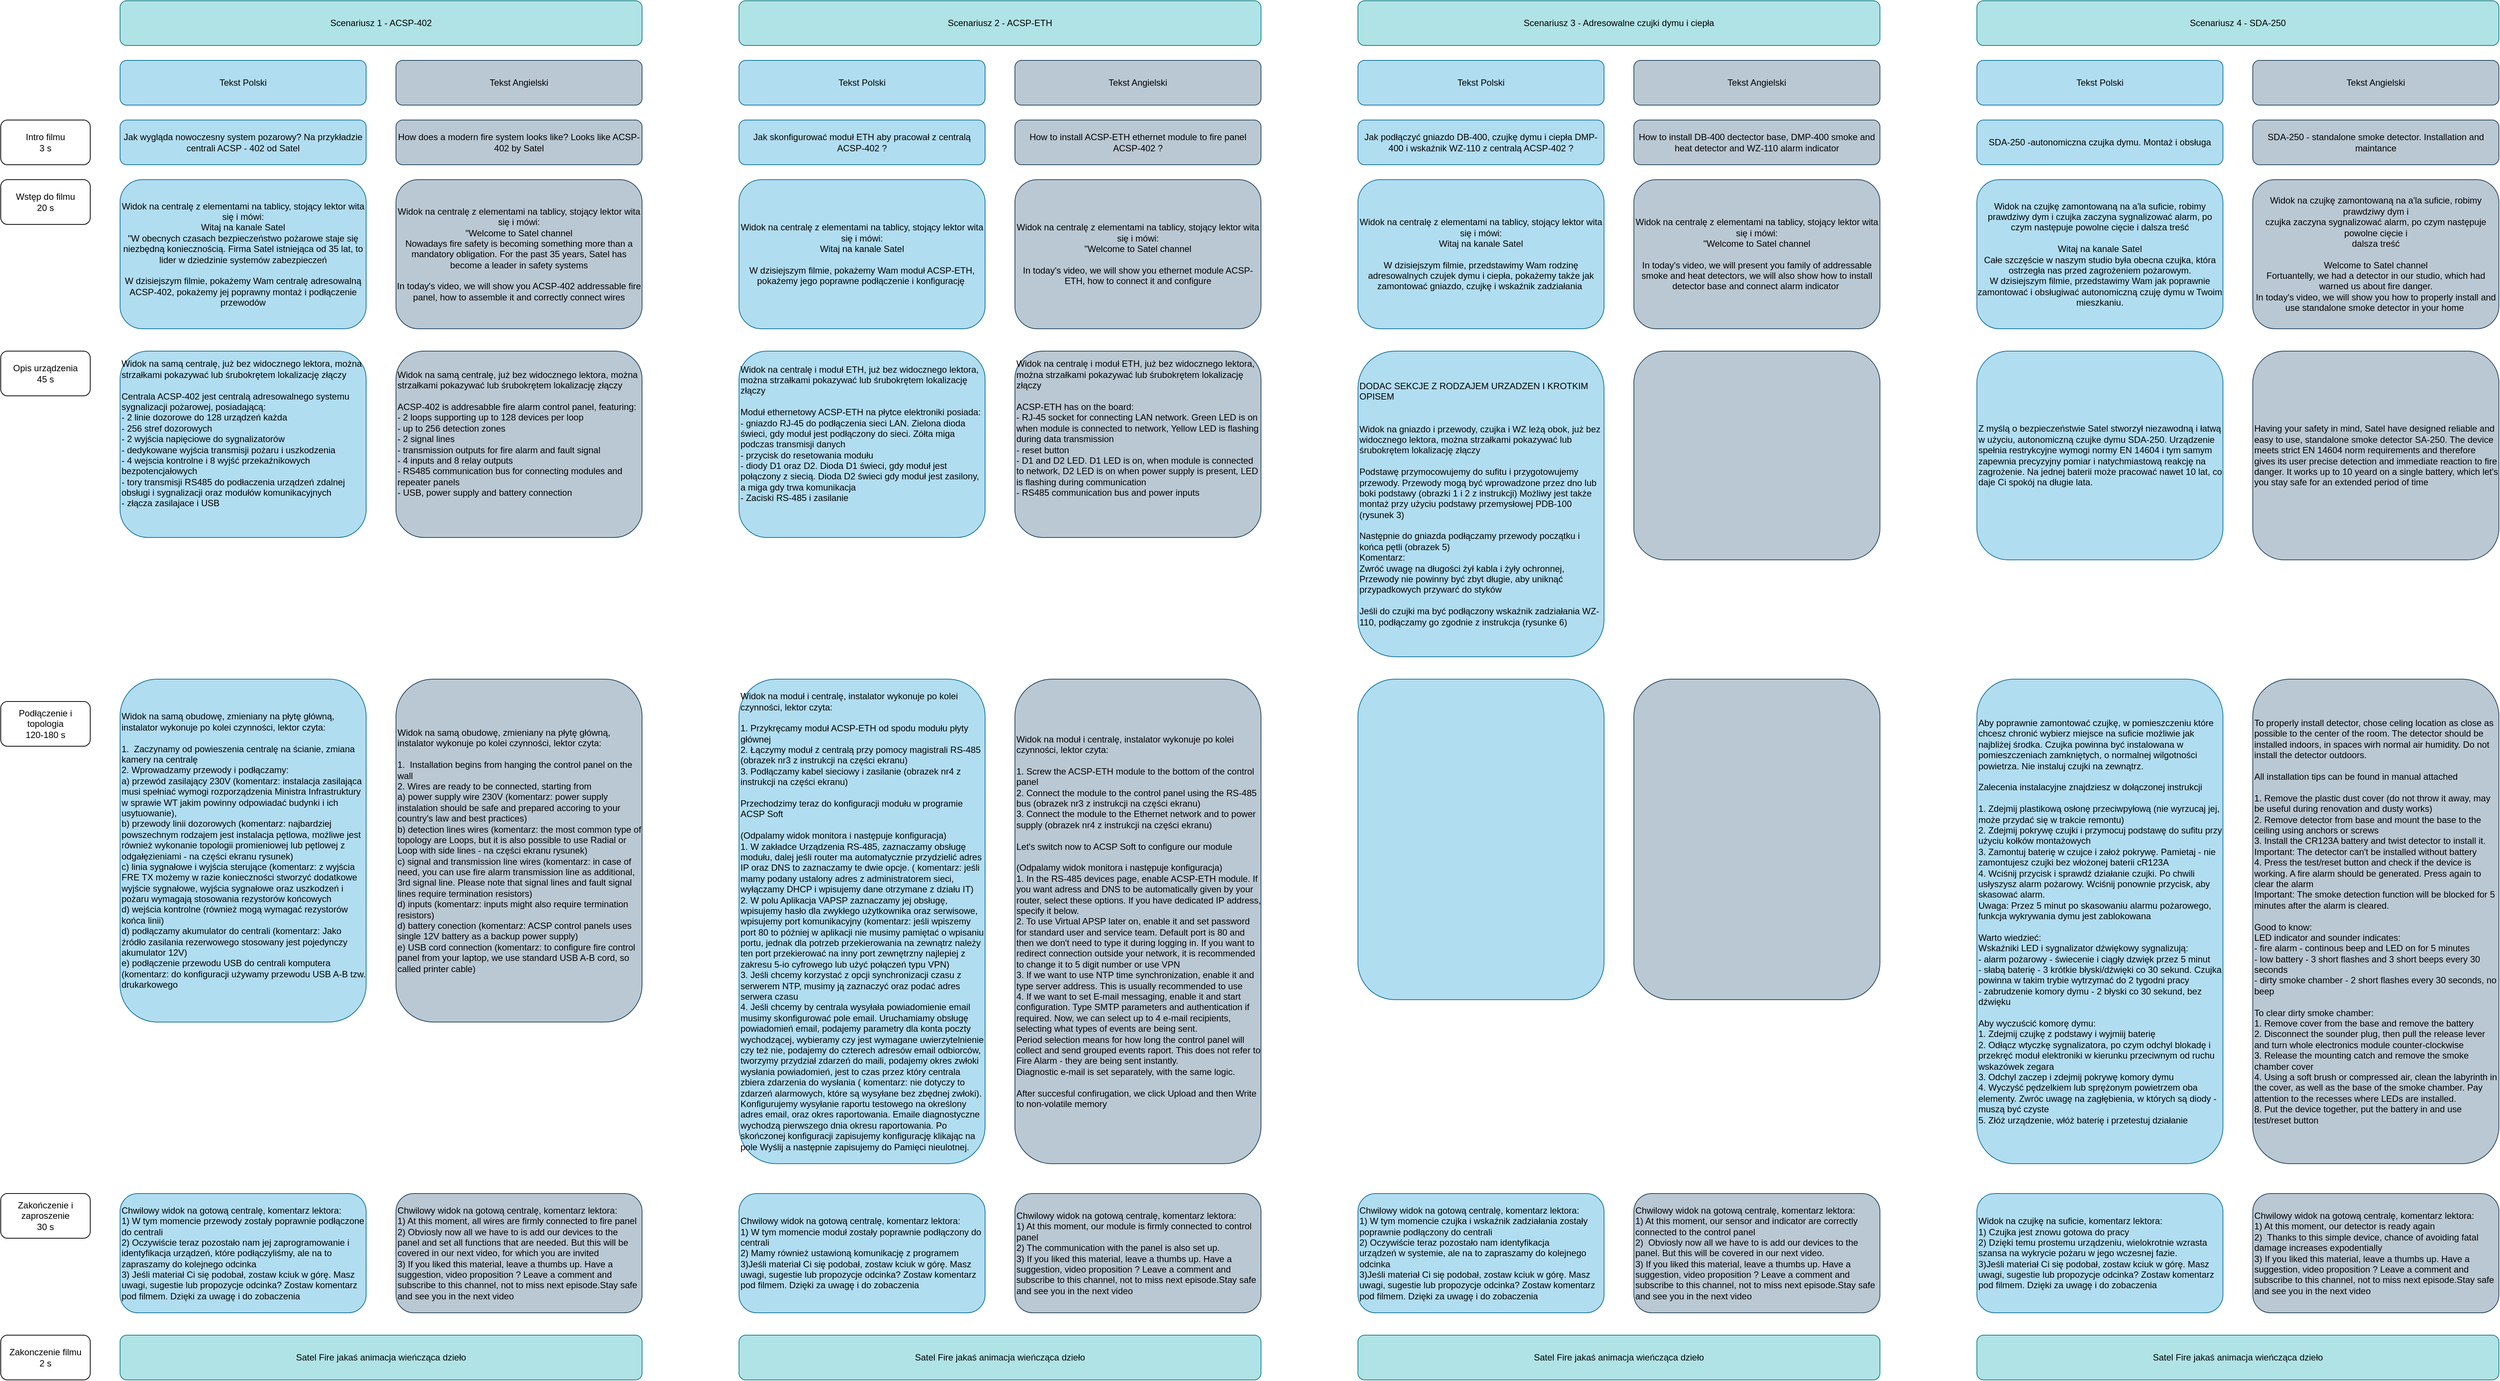
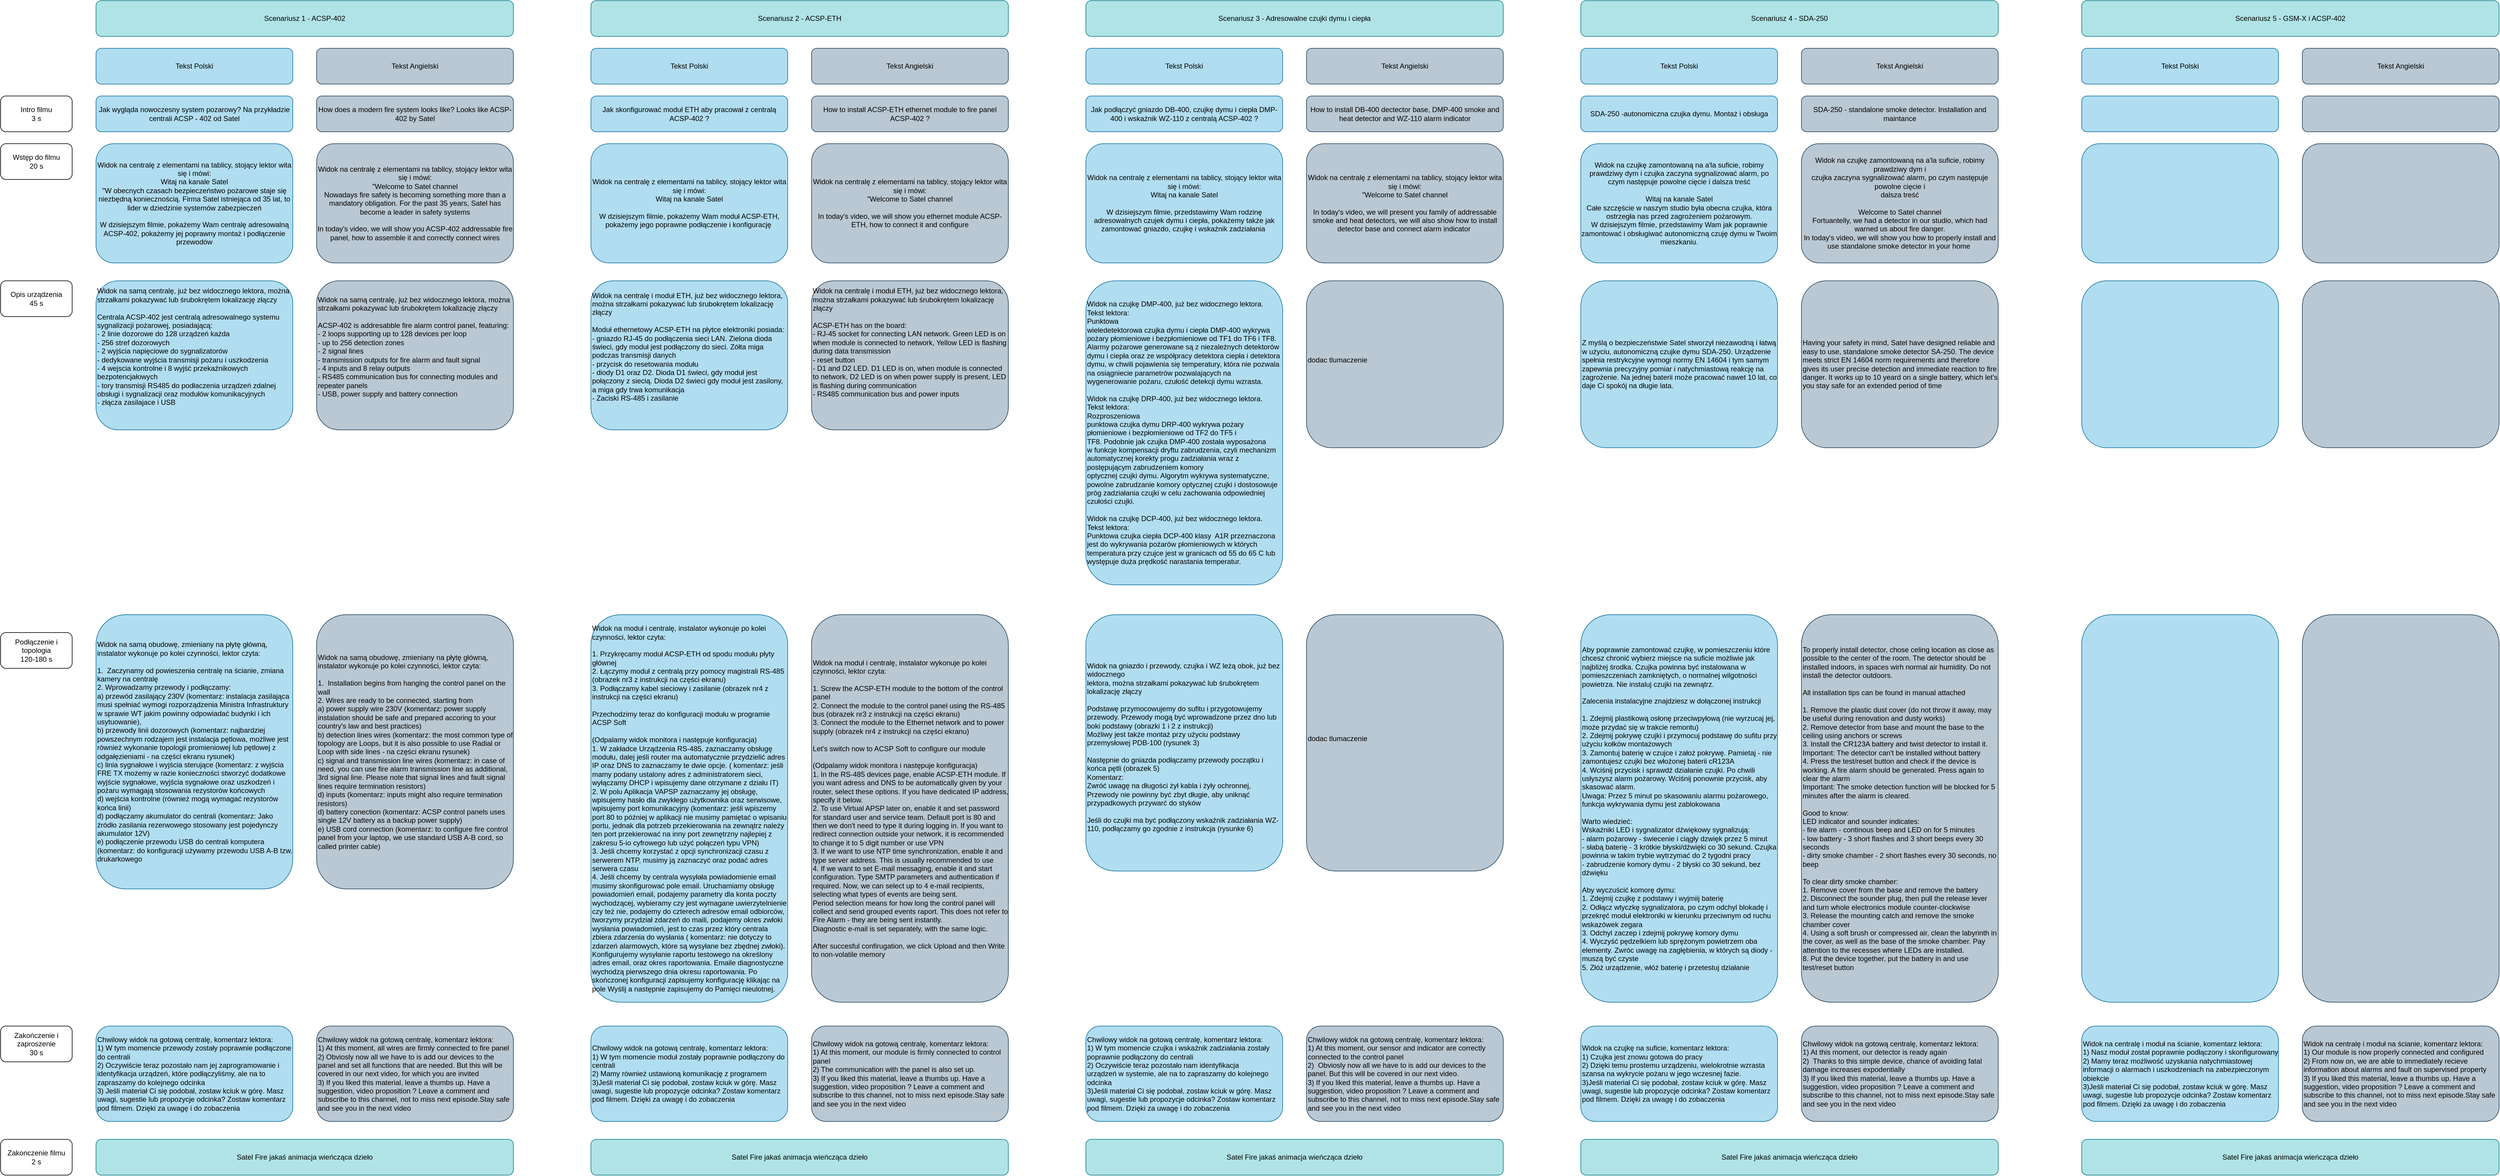
<mxfile host="app.diagrams.net">
  <diagram name="Strona-1" id="z8KAe0LmT8Zc7_pRFNcT">
-     <mxGraphModel dx="403" dy="1822" grid="1" gridSize="10" guides="1" tooltips="1" connect="1" arrows="1" fold="1" page="1" pageScale="1" pageWidth="827" pageHeight="1169" math="0" shadow="0">
+     <mxGraphModel dx="2708" dy="3047" grid="1" gridSize="10" guides="1" tooltips="1" connect="1" arrows="1" fold="1" page="1" pageScale="1" pageWidth="827" pageHeight="1169" math="0" shadow="0">
      <root>
        <mxCell id="0" />
        <mxCell id="1" parent="0" />
        <mxCell id="0EHHFv7u1sgkDXgEne3z-1" parent="1" style="rounded=1;whiteSpace=wrap;html=1;align=left;fillColor=#b1ddf0;strokeColor=#10739e;" value="&lt;div align=&quot;left&quot;&gt;Widok na samą obudowę, zmieniany na płytę główną, instalator wykonuje po kolei czynności, lektor czyta:&lt;/div&gt;&lt;div align=&quot;left&quot;&gt;&lt;br&gt;&lt;/div&gt;&lt;div align=&quot;left&quot;&gt;1.&amp;nbsp; Zaczynamy od powieszenia centralę na ścianie, zmiana kamery na centralę&lt;/div&gt;&lt;div align=&quot;left&quot;&gt;2. Wprowadzamy przewody i podłączamy:&amp;nbsp;&lt;/div&gt;&lt;div align=&quot;left&quot;&gt;a) przewód zasilający 230V (komentarz: instalacja zasilająca musi spełniać wymogi rozporządzenia Ministra Infrastruktury w sprawie WT jakim powinny odpowiadać budynki i ich usytuowanie),&amp;nbsp;&lt;/div&gt;&lt;div align=&quot;left&quot;&gt;b) przewody linii dozorowych (komentarz: najbardziej powszechnym rodzajem jest instalacja pętlowa, możliwe jest również wykonanie topologii promieniowej lub pętlowej z odgałęzieniami - na części ekranu rysunek)&lt;/div&gt;&lt;div align=&quot;left&quot;&gt;c) linia sygnałowe i wyjścia sterujące (komentarz: z wyjścia FRE TX możemy w razie konieczności stworzyć dodatkowe wyjście sygnałowe, wyjścia sygnałowe oraz uszkodzeń i pożaru wymagają stosowania rezystorów końcowych&lt;/div&gt;&lt;div align=&quot;left&quot;&gt;d) wejścia kontrolne (również mogą wymagać rezystorów końca linii)&lt;/div&gt;&lt;div align=&quot;left&quot;&gt;d) podłączamy akumulator do centrali (komentarz:&amp;nbsp;Jako źródło zasilania rezerwowego stosowany jest pojedynczy akumulator 12V)&lt;/div&gt;&lt;div align=&quot;left&quot;&gt;e) podłączenie przewodu USB do centrali komputera (komentarz: do konfiguracji używamy przewodu USB A-B tzw. drukarkowego&lt;/div&gt;" vertex="1">
-           <mxGeometry height="460" width="330" x="1080" y="790" as="geometry" />
+           <mxGeometry height="460" width="330" x="1080" y="910" as="geometry" />
        </mxCell>
        <mxCell id="0EHHFv7u1sgkDXgEne3z-2" parent="1" style="rounded=1;whiteSpace=wrap;html=1;fillColor=#b1ddf0;strokeColor=#10739e;" value="&lt;div&gt;Jak wygląda nowoczesny system pozarowy? Na przykładzie centrali ACSP - 402 od Satel&lt;/div&gt;" vertex="1">
          <mxGeometry height="60" width="330" x="1080" y="40" as="geometry" />
        </mxCell>
        <mxCell id="0EHHFv7u1sgkDXgEne3z-3" parent="1" style="rounded=1;whiteSpace=wrap;html=1;" value="&lt;div&gt;Wstęp do filmu&lt;/div&gt;&lt;div&gt;20 s&lt;/div&gt;" vertex="1">
          <mxGeometry height="60" width="120" x="920" y="120" as="geometry" />
        </mxCell>
        <mxCell id="0EHHFv7u1sgkDXgEne3z-4" parent="1" style="rounded=1;whiteSpace=wrap;html=1;fillColor=#b1ddf0;strokeColor=#10739e;" value="&lt;div&gt;Widok na centralę z elementami na tablicy, stojący lektor wita się i mówi:&lt;/div&gt;&lt;div&gt;Witaj na kanale Satel&lt;/div&gt;&lt;div&gt;&quot;W obecnych czasach bezpieczeństwo pożarowe staje się niezbędną koniecznością. Firma Satel istniejąca od 35 lat, to lider w dziedzinie systemów zabezpieczeń&lt;/div&gt;&lt;div&gt;&lt;br&gt;&lt;/div&gt;&lt;div&gt;W dzisiejszym filmie, pokażemy Wam centralę adresowalną ACSP-402, pokażemy jej poprawny montaż i podłączenie przewodów&lt;/div&gt;" vertex="1">
          <mxGeometry height="200" width="330" x="1080" y="120" as="geometry" />
        </mxCell>
        <mxCell id="0EHHFv7u1sgkDXgEne3z-5" parent="1" style="rounded=1;whiteSpace=wrap;html=1;" value="&lt;div&gt;Opis urządzenia&lt;/div&gt;&lt;div&gt;45 s&lt;/div&gt;" vertex="1">
          <mxGeometry height="60" width="120" x="920" y="350" as="geometry" />
        </mxCell>
        <mxCell id="0EHHFv7u1sgkDXgEne3z-6" parent="1" style="rounded=1;whiteSpace=wrap;html=1;align=left;fillColor=#b1ddf0;strokeColor=#10739e;" value="&lt;div align=&quot;left&quot;&gt;Widok na samą centralę, już bez widocznego lektora, można strzałkami pokazywać lub śrubokrętem lokalizację złączy&lt;/div&gt;&lt;div align=&quot;left&quot;&gt;&lt;br&gt;&lt;/div&gt;&lt;div align=&quot;left&quot;&gt;Centrala ACSP-402 jest centralą adresowalnego systemu sygnalizacji pożarowej, posiadającą:&lt;/div&gt;&lt;div align=&quot;left&quot;&gt;- 2 linie dozorowe do 128 urządzeń każda&lt;/div&gt;&lt;div align=&quot;left&quot;&gt;- 256 stref dozorowych&lt;/div&gt;&lt;div align=&quot;left&quot;&gt;- 2 wyjścia napięciowe do sygnalizatorów&lt;/div&gt;&lt;div align=&quot;left&quot;&gt;- dedykowane wyjścia transmisji pożaru i uszkodzenia&lt;/div&gt;&lt;div align=&quot;left&quot;&gt;- 4 wejscia kontrolne i 8 wyjść przekaźnikowych bezpotencjałowych&lt;/div&gt;&lt;div align=&quot;left&quot;&gt;- tory transmisji RS485 do podłaczenia urządzeń zdalnej obsługi i sygnalizacji oraz modułów komunikacyjnych&amp;nbsp;&lt;/div&gt;&lt;div align=&quot;left&quot;&gt;- złącza zasilajace i USB&lt;/div&gt;&lt;div align=&quot;left&quot;&gt;&lt;br&gt;&lt;/div&gt;&lt;div align=&quot;left&quot;&gt;&lt;br&gt;&lt;/div&gt;" vertex="1">
          <mxGeometry height="250" width="330" x="1080" y="350" as="geometry" />
        </mxCell>
        <mxCell id="0EHHFv7u1sgkDXgEne3z-7" parent="1" style="rounded=1;whiteSpace=wrap;html=1;" value="&lt;div&gt;Podłączenie i topologia&lt;/div&gt;&lt;div&gt;120-180 s&lt;/div&gt;" vertex="1">
-           <mxGeometry height="60" width="120" x="920" y="820" as="geometry" />
+           <mxGeometry height="60" width="120" x="920" y="940" as="geometry" />
        </mxCell>
        <mxCell id="0EHHFv7u1sgkDXgEne3z-8" parent="1" style="rounded=1;whiteSpace=wrap;html=1;" value="&lt;div&gt;Intro filmu&lt;/div&gt;&lt;div&gt;3 s&lt;/div&gt;" vertex="1">
          <mxGeometry height="60" width="120" x="920" y="40" as="geometry" />
        </mxCell>
        <mxCell id="0EHHFv7u1sgkDXgEne3z-9" parent="1" style="rounded=1;whiteSpace=wrap;html=1;fillColor=#b1ddf0;strokeColor=#10739e;" value="Tekst Polski" vertex="1">
          <mxGeometry height="60" width="330" x="1080" y="-40" as="geometry" />
        </mxCell>
        <mxCell id="0EHHFv7u1sgkDXgEne3z-10" parent="1" style="rounded=1;whiteSpace=wrap;html=1;fillColor=#bac8d3;strokeColor=#23445d;" value="Tekst Angielski" vertex="1">
          <mxGeometry height="60" width="330" x="1450" y="-40" as="geometry" />
        </mxCell>
        <mxCell id="0EHHFv7u1sgkDXgEne3z-11" parent="1" style="rounded=1;whiteSpace=wrap;html=1;fillColor=#b0e3e6;strokeColor=#0e8088;" value="Scenariusz 1 - ACSP-402" vertex="1">
          <mxGeometry height="60" width="700" x="1080" y="-120" as="geometry" />
        </mxCell>
        <mxCell id="0EHHFv7u1sgkDXgEne3z-12" parent="1" style="rounded=1;whiteSpace=wrap;html=1;" value="&lt;div&gt;Zakończenie i zaproszenie&lt;/div&gt;&lt;div&gt;30 s&lt;/div&gt;" vertex="1">
-           <mxGeometry height="60" width="120" x="920" y="1480" as="geometry" />
+           <mxGeometry height="60" width="120" x="920" y="1600" as="geometry" />
        </mxCell>
        <mxCell id="0EHHFv7u1sgkDXgEne3z-13" parent="1" style="rounded=1;whiteSpace=wrap;html=1;align=left;fillColor=#b1ddf0;strokeColor=#10739e;" value="&lt;div&gt;Chwilowy widok na gotową centralę, komentarz lektora:&lt;/div&gt;&lt;div&gt;1) W tym momencie przewody zostały poprawnie podłączone do centrali&lt;/div&gt;&lt;div&gt;2) Oczywiście teraz pozostało nam jej zaprogramowanie i identyfikacja urządzeń, które podłączyliśmy, ale na to zapraszamy do kolejnego odcinka&lt;/div&gt;&lt;div&gt;3) Jeśli materiał Ci się podobał, zostaw kciuk w górę. Masz uwagi, sugestie lub propozycje odcinka? Zostaw komentarz pod filmem. Dzięki za uwagę i do zobaczenia&lt;/div&gt;" vertex="1">
-           <mxGeometry height="160" width="330" x="1080" y="1480" as="geometry" />
+           <mxGeometry height="160" width="330" x="1080" y="1600" as="geometry" />
        </mxCell>
        <mxCell id="0EHHFv7u1sgkDXgEne3z-14" parent="1" style="rounded=1;whiteSpace=wrap;html=1;fillColor=#b0e3e6;strokeColor=#0e8088;" value="Satel Fire jakaś animacja wieńcząca dzieło" vertex="1">
-           <mxGeometry height="60" width="700" x="1080" y="1670" as="geometry" />
+           <mxGeometry height="60" width="700" x="1080" y="1790" as="geometry" />
        </mxCell>
        <mxCell id="0EHHFv7u1sgkDXgEne3z-15" parent="1" style="rounded=1;whiteSpace=wrap;html=1;" value="&lt;div&gt;Zakonczenie filmu&lt;/div&gt;&lt;div&gt;2 s&lt;/div&gt;" vertex="1">
-           <mxGeometry height="60" width="120" x="920" y="1670" as="geometry" />
+           <mxGeometry height="60" width="120" x="920" y="1790" as="geometry" />
        </mxCell>
        <mxCell id="0EHHFv7u1sgkDXgEne3z-16" parent="1" style="rounded=1;whiteSpace=wrap;html=1;align=left;fillColor=#bac8d3;strokeColor=#23445d;" value="&lt;div&gt;Chwilowy widok na gotową centralę, komentarz lektora:&lt;/div&gt;&lt;div&gt;1) At this moment, all wires are firmly connected to fire panel&lt;/div&gt;&lt;div&gt;2) Obviosly now all we have to is add our devices to the panel and set all functions that are needed. But this will be covered in our next video, for which you are invited&amp;nbsp;&lt;/div&gt;&lt;div&gt;3) If you liked this material, leave a thumbs up. Have a suggestion, video proposition ? Leave a comment and subscribe to this channel, not to miss next episode.Stay safe and see you in the next video&lt;/div&gt;" vertex="1">
-           <mxGeometry height="160" width="330" x="1450" y="1480" as="geometry" />
+           <mxGeometry height="160" width="330" x="1450" y="1600" as="geometry" />
        </mxCell>
        <mxCell id="0EHHFv7u1sgkDXgEne3z-17" parent="1" style="rounded=1;whiteSpace=wrap;html=1;fillColor=#bac8d3;strokeColor=#23445d;" value="How does a modern fire system looks like? Looks like ACSP-402 by Satel" vertex="1">
          <mxGeometry height="60" width="330" x="1450" y="40" as="geometry" />
        </mxCell>
        <mxCell id="0EHHFv7u1sgkDXgEne3z-18" parent="1" style="rounded=1;whiteSpace=wrap;html=1;fillColor=#bac8d3;strokeColor=#23445d;" value="&lt;div&gt;Widok na centralę z elementami na tablicy, stojący lektor wita się i mówi:&lt;/div&gt;&lt;div&gt;&quot;Welcome to Satel channel&lt;/div&gt;&lt;div&gt;Nowadays fire safety is becoming something more than a mandatory obligation. For the past 35 years, Satel has become a leader in safety systems&lt;/div&gt;&lt;div&gt;&lt;br&gt;&lt;/div&gt;&lt;div&gt;In today&#39;s video, we will show you ACSP-402 addressable fire panel, how to assemble it and correctly connect wires&lt;/div&gt;" vertex="1">
          <mxGeometry height="200" width="330" x="1450" y="120" as="geometry" />
        </mxCell>
        <mxCell id="0EHHFv7u1sgkDXgEne3z-19" parent="1" style="rounded=1;whiteSpace=wrap;html=1;align=left;fillColor=#bac8d3;strokeColor=#23445d;" value="&lt;div align=&quot;left&quot;&gt;Widok na samą centralę, już bez widocznego lektora, można strzałkami pokazywać lub śrubokrętem lokalizację złączy&lt;/div&gt;&lt;div align=&quot;left&quot;&gt;&lt;br&gt;&lt;/div&gt;&lt;div align=&quot;left&quot;&gt;ACSP-402&amp;nbsp;is addresabble fire alarm control panel, featuring:&lt;/div&gt;&lt;div align=&quot;left&quot;&gt;- 2 loops supporting up to 128 devices per loop&lt;/div&gt;&lt;div align=&quot;left&quot;&gt;- up to 256 detection zones&lt;/div&gt;&lt;div align=&quot;left&quot;&gt;- 2 signal lines&lt;/div&gt;&lt;div align=&quot;left&quot;&gt;- transmission outputs for fire alarm and fault signal&lt;/div&gt;&lt;div align=&quot;left&quot;&gt;- 4 inputs and 8 relay outputs&lt;/div&gt;&lt;div align=&quot;left&quot;&gt;- RS485 communication bus for connecting modules and repeater panels&amp;nbsp;&lt;/div&gt;&lt;div align=&quot;left&quot;&gt;- USB, power supply and battery connection&lt;/div&gt;&lt;div align=&quot;left&quot;&gt;&lt;br&gt;&lt;/div&gt;&lt;div align=&quot;left&quot;&gt;&lt;br&gt;&lt;/div&gt;" vertex="1">
          <mxGeometry height="250" width="330" x="1450" y="350" as="geometry" />
        </mxCell>
        <mxCell id="0EHHFv7u1sgkDXgEne3z-20" parent="1" style="rounded=1;whiteSpace=wrap;html=1;align=left;fillColor=#bac8d3;strokeColor=#23445d;" value="&lt;div align=&quot;left&quot;&gt;Widok na samą obudowę, zmieniany na płytę główną, instalator wykonuje po kolei czynności, lektor czyta:&lt;/div&gt;&lt;div align=&quot;left&quot;&gt;&lt;br&gt;&lt;/div&gt;&lt;div align=&quot;left&quot;&gt;1.&amp;nbsp; Installation begins from hanging the control panel on the wall&lt;/div&gt;&lt;div align=&quot;left&quot;&gt;2. Wires are ready to be connected, starting from&lt;/div&gt;&lt;div align=&quot;left&quot;&gt;a) power supply wire 230V (komentarz: power supply instalation should be safe and prepared accoring to your country&#39;s law and best practices)&lt;/div&gt;&lt;div align=&quot;left&quot;&gt;b) detection lines wires (komentarz: the most common type of topology are Loops, but it is also possible to use Radial or Loop with side lines - na części ekranu rysunek)&lt;/div&gt;&lt;div align=&quot;left&quot;&gt;c) signal and transmission line wires (komentarz: in case of need, you can use fire alarm transmission line as additional, 3rd signal line. Please note that signal lines and fault signal lines require termination resistors)&lt;/div&gt;&lt;div align=&quot;left&quot;&gt;d) inputs (komentarz: inputs might also require termination resistors)&lt;/div&gt;&lt;div align=&quot;left&quot;&gt;d) battery conection (komentarz: ACSP control panels uses single 12V battery as a backup power supply)&lt;/div&gt;&lt;div align=&quot;left&quot;&gt;e) USB cord connection (komentarz: to configure fire control panel from your laptop, we use standard USB A-B cord, so called printer cable)&lt;/div&gt;" vertex="1">
-           <mxGeometry height="460" width="330" x="1450" y="790" as="geometry" />
+           <mxGeometry height="460" width="330" x="1450" y="910" as="geometry" />
        </mxCell>
        <mxCell id="6_1prXv-E_gUM5x_UOCS-1" parent="1" style="rounded=1;whiteSpace=wrap;html=1;align=left;fillColor=#b1ddf0;strokeColor=#10739e;" value="&lt;div align=&quot;left&quot;&gt;Widok na moduł i centralę, instalator wykonuje po kolei czynności, lektor czyta:&lt;/div&gt;&lt;div align=&quot;left&quot;&gt;&lt;br&gt;&lt;/div&gt;&lt;div align=&quot;left&quot;&gt;1. Przykręcamy moduł ACSP-ETH od spodu modułu płyty głównej&lt;/div&gt;&lt;div align=&quot;left&quot;&gt;2. Łączymy moduł z centralą przy pomocy magistrali RS-485 (obrazek nr3 z instrukcji na części ekranu)&lt;/div&gt;&lt;div align=&quot;left&quot;&gt;3. Podłączamy kabel sieciowy i zasilanie (obrazek nr4 z instrukcji na części ekranu)&amp;nbsp;&lt;/div&gt;&lt;div align=&quot;left&quot;&gt;&lt;br&gt;&lt;/div&gt;&lt;div align=&quot;left&quot;&gt;Przechodzimy teraz do konfiguracji modułu w programie ACSP Soft&lt;/div&gt;&lt;div align=&quot;left&quot;&gt;&lt;br&gt;&lt;/div&gt;&lt;div align=&quot;left&quot;&gt;(Odpalamy widok monitora i następuje konfiguracja)&lt;/div&gt;&lt;div align=&quot;left&quot;&gt;1. W zakładce Urządzenia RS-485, zaznaczamy obsługę modułu, dalej jeśli router ma automatycznie przydzielić adres IP oraz DNS to zaznaczamy te dwie opcje. ( komentarz: jeśli mamy podany ustalony adres z administratorem sieci, wyłączamy DHCP i wpisujemy dane otrzymane z działu IT)&lt;/div&gt;&lt;div align=&quot;left&quot;&gt;2. W polu Aplikacja VAPSP zaznaczamy jej obsługę, wpisujemy hasło dla zwykłego użytkownika oraz serwisowe, wpisujemy port komunikacyjny (komentarz: jeśli wpiszemy port 80 to później w aplikacji nie musimy pamiętać o wpisaniu portu, jednak dla potrzeb przekierowania na zewnątrz należy ten port przekierować na inny port zewnętrzny najlepiej z zakresu 5-io cyfrowego lub użyć połączeń typu VPN)&lt;/div&gt;&lt;div align=&quot;left&quot;&gt;3. Jeśli chcemy korzystać z opcji synchronizacji czasu z serwerem NTP, musimy ją zaznaczyć oraz podać adres serwera czasu&lt;/div&gt;&lt;div align=&quot;left&quot;&gt;4. Jeśli chcemy by centrala wysyłała powiadomienie email musimy skonfigurować pole email. Uruchamiamy obsługę powiadomień email, podajemy parametry dla konta poczty wychodzącej, wybieramy czy jest wymagane uwierzytelnienie czy też nie, podajemy do czterech adresów email odbiorców, tworzymy przydział zdarzeń do maili, podajemy okres zwłoki wysłania powiadomień, jest to czas przez który centrala zbiera zdarzenia do wysłania ( komentarz: nie dotyczy to zdarzeń alarmowych, które są wysyłane bez zbędnej zwłoki). Konfigurujemy wysyłanie raportu testowego na określony adres email, oraz okres raportowania. Emaile diagnostyczne wychodzą pierwszego dnia okresu raportowania. Po skończonej konfiguracji zapisujemy konfigurację klikając na pole Wyślij a następnie zapisujemy do Pamięci nieulotnej.&lt;/div&gt;" vertex="1">
-           <mxGeometry height="650" width="330" x="1910" y="790" as="geometry" />
+           <mxGeometry height="650" width="330" x="1910" y="910" as="geometry" />
        </mxCell>
        <mxCell id="6_1prXv-E_gUM5x_UOCS-2" parent="1" style="rounded=1;whiteSpace=wrap;html=1;fillColor=#b1ddf0;strokeColor=#10739e;" value="Jak skonfigurować moduł ETH aby pracował z centralą ACSP-402 ?" vertex="1">
          <mxGeometry height="60" width="330" x="1910" y="40" as="geometry" />
        </mxCell>
        <mxCell id="6_1prXv-E_gUM5x_UOCS-3" parent="1" style="rounded=1;whiteSpace=wrap;html=1;fillColor=#b1ddf0;strokeColor=#10739e;" value="&lt;div&gt;Widok na centralę z elementami na tablicy, stojący lektor wita się i mówi:&lt;/div&gt;&lt;div&gt;Witaj na kanale Satel&lt;/div&gt;&lt;div&gt;&lt;br&gt;&lt;/div&gt;&lt;div&gt;W dzisiejszym filmie, pokażemy Wam moduł ACSP-ETH, pokażemy jego poprawne podłączenie i konfigurację&amp;nbsp;&lt;/div&gt;" vertex="1">
          <mxGeometry height="200" width="330" x="1910" y="120" as="geometry" />
        </mxCell>
        <mxCell id="6_1prXv-E_gUM5x_UOCS-4" parent="1" style="rounded=1;whiteSpace=wrap;html=1;align=left;fillColor=#b1ddf0;strokeColor=#10739e;" value="&lt;div align=&quot;left&quot;&gt;Widok na centralę i moduł ETH, już bez widocznego lektora, można strzałkami pokazywać lub śrubokrętem lokalizację złączy&lt;/div&gt;&lt;div align=&quot;left&quot;&gt;&lt;br&gt;&lt;/div&gt;&lt;div align=&quot;left&quot;&gt;Moduł ethernetowy ACSP-ETH na płytce elektroniki posiada:&lt;/div&gt;&lt;div align=&quot;left&quot;&gt;- gniazdo RJ-45 do podłączenia sieci LAN. Zielona dioda świeci, gdy moduł jest podłączony do sieci. Zółta miga podczas transmisji danych&lt;/div&gt;&lt;div align=&quot;left&quot;&gt;- przycisk do resetowania modułu&lt;/div&gt;&lt;div align=&quot;left&quot;&gt;- diody D1 oraz D2. Dioda D1 świeci, gdy moduł jest połączony z siecią. Dioda D2 świeci gdy moduł jest zasilony, a miga gdy trwa komunikacja&lt;/div&gt;&lt;div align=&quot;left&quot;&gt;- Zaciski RS-485 i zasilanie&lt;/div&gt;&lt;div align=&quot;left&quot;&gt;&lt;br&gt;&lt;/div&gt;&lt;div align=&quot;left&quot;&gt;&lt;br&gt;&lt;/div&gt;" vertex="1">
          <mxGeometry height="250" width="330" x="1910" y="350" as="geometry" />
        </mxCell>
        <mxCell id="6_1prXv-E_gUM5x_UOCS-5" parent="1" style="rounded=1;whiteSpace=wrap;html=1;fillColor=#b1ddf0;strokeColor=#10739e;" value="Tekst Polski" vertex="1">
          <mxGeometry height="60" width="330" x="1910" y="-40" as="geometry" />
        </mxCell>
        <mxCell id="6_1prXv-E_gUM5x_UOCS-6" parent="1" style="rounded=1;whiteSpace=wrap;html=1;fillColor=#bac8d3;strokeColor=#23445d;" value="Tekst Angielski" vertex="1">
          <mxGeometry height="60" width="330" x="2280" y="-40" as="geometry" />
        </mxCell>
        <mxCell id="6_1prXv-E_gUM5x_UOCS-7" parent="1" style="rounded=1;whiteSpace=wrap;html=1;fillColor=#b0e3e6;strokeColor=#0e8088;" value="Scenariusz 2 - ACSP-ETH" vertex="1">
          <mxGeometry height="60" width="700" x="1910" y="-120" as="geometry" />
        </mxCell>
        <mxCell id="6_1prXv-E_gUM5x_UOCS-8" parent="1" style="rounded=1;whiteSpace=wrap;html=1;align=left;fillColor=#b1ddf0;strokeColor=#10739e;" value="&lt;div&gt;Chwilowy widok na gotową centralę, komentarz lektora:&lt;/div&gt;&lt;div&gt;1) W tym momencie moduł zostały poprawnie podłączony do centrali&lt;/div&gt;&lt;div&gt;2) Mamy również ustawioną komunikację z programem&lt;/div&gt;&lt;div&gt;3)Jeśli materiał Ci się podobał, zostaw kciuk w górę. Masz uwagi, sugestie lub propozycje odcinka? Zostaw komentarz pod filmem. Dzięki za uwagę i do zobaczenia&lt;/div&gt;" vertex="1">
-           <mxGeometry height="160" width="330" x="1910" y="1480" as="geometry" />
+           <mxGeometry height="160" width="330" x="1910" y="1600" as="geometry" />
        </mxCell>
        <mxCell id="6_1prXv-E_gUM5x_UOCS-9" parent="1" style="rounded=1;whiteSpace=wrap;html=1;fillColor=#b0e3e6;strokeColor=#0e8088;" value="Satel Fire jakaś animacja wieńcząca dzieło" vertex="1">
-           <mxGeometry height="60" width="700" x="1910" y="1670" as="geometry" />
+           <mxGeometry height="60" width="700" x="1910" y="1790" as="geometry" />
        </mxCell>
        <mxCell id="6_1prXv-E_gUM5x_UOCS-10" parent="1" style="rounded=1;whiteSpace=wrap;html=1;align=left;fillColor=#bac8d3;strokeColor=#23445d;" value="&lt;div&gt;Chwilowy widok na gotową centralę, komentarz lektora:&lt;/div&gt;&lt;div&gt;1) At this moment, our module is firmly connected to control panel&lt;/div&gt;&lt;div&gt;2) The communication with the panel is also set up.&lt;/div&gt;&lt;div&gt;3) If you liked this material, leave a thumbs up. Have a suggestion, video proposition ? Leave a comment and subscribe to this channel, not to miss next episode.Stay safe and see you in the next video&lt;/div&gt;" vertex="1">
-           <mxGeometry height="160" width="330" x="2280" y="1480" as="geometry" />
+           <mxGeometry height="160" width="330" x="2280" y="1600" as="geometry" />
        </mxCell>
        <mxCell id="6_1prXv-E_gUM5x_UOCS-11" parent="1" style="rounded=1;whiteSpace=wrap;html=1;fillColor=#bac8d3;strokeColor=#23445d;" value="How to install ACSP-ETH ethernet module to fire panel ACSP-402 ?" vertex="1">
          <mxGeometry height="60" width="330" x="2280" y="40" as="geometry" />
        </mxCell>
        <mxCell id="6_1prXv-E_gUM5x_UOCS-12" parent="1" style="rounded=1;whiteSpace=wrap;html=1;fillColor=#bac8d3;strokeColor=#23445d;" value="&lt;div&gt;Widok na centralę z elementami na tablicy, stojący lektor wita się i mówi:&lt;/div&gt;&lt;div&gt;&quot;Welcome to Satel channel&lt;/div&gt;&lt;div&gt;&lt;br&gt;&lt;/div&gt;&lt;div&gt;In today&#39;s video, we will show you ethernet module ACSP-ETH, how to connect it and configure&lt;/div&gt;" vertex="1">
          <mxGeometry height="200" width="330" x="2280" y="120" as="geometry" />
        </mxCell>
        <mxCell id="6_1prXv-E_gUM5x_UOCS-13" parent="1" style="rounded=1;whiteSpace=wrap;html=1;align=left;fillColor=#bac8d3;strokeColor=#23445d;" value="&lt;div align=&quot;left&quot;&gt;Widok na centralę i moduł ETH, już bez widocznego lektora, można strzałkami pokazywać lub śrubokrętem lokalizację złączy&lt;/div&gt;&lt;div align=&quot;left&quot;&gt;&lt;br&gt;&lt;/div&gt;&lt;div align=&quot;left&quot;&gt;ACSP-ETH has on the board:&lt;/div&gt;&lt;div align=&quot;left&quot;&gt;- RJ-45 socket for connecting LAN network. Green LED is on when module is connected to network, Yellow LED is flashing during data transmission&lt;/div&gt;&lt;div align=&quot;left&quot;&gt;- reset button&lt;/div&gt;&lt;div align=&quot;left&quot;&gt;- D1 and D2 LED. D1 LED is on, when module is connected to network, D2 LED is on when power supply is present, LED is flashing during communication&lt;/div&gt;&lt;div align=&quot;left&quot;&gt;-&amp;nbsp;RS485 communication bus and power inputs&lt;/div&gt;&lt;div align=&quot;left&quot;&gt;&lt;br&gt;&lt;/div&gt;&lt;div align=&quot;left&quot;&gt;&lt;br&gt;&lt;br&gt;&lt;/div&gt;" vertex="1">
          <mxGeometry height="250" width="330" x="2280" y="350" as="geometry" />
        </mxCell>
        <mxCell id="6_1prXv-E_gUM5x_UOCS-14" parent="1" style="rounded=1;whiteSpace=wrap;html=1;align=left;fillColor=#bac8d3;strokeColor=#23445d;" value="&lt;br&gt;&lt;div align=&quot;left&quot;&gt;Widok na moduł i centralę, instalator wykonuje po kolei czynności, lektor czyta:&lt;/div&gt;&lt;div align=&quot;left&quot;&gt;&lt;br&gt;&lt;/div&gt;&lt;div align=&quot;left&quot;&gt;1. Screw the ACSP-ETH module to the bottom of the control panel&lt;/div&gt;&lt;div align=&quot;left&quot;&gt;2. Connect the module to the control panel using the RS-485 bus (obrazek nr3 z instrukcji na części ekranu)&lt;div align=&quot;left&quot;&gt;3. Connect the module to the Ethernet network and to power supply (obrazek nr4 z instrukcji na części ekranu)&amp;nbsp;&lt;/div&gt;&lt;/div&gt;&lt;div align=&quot;left&quot;&gt;&lt;br&gt;&lt;/div&gt;&lt;div align=&quot;left&quot;&gt;Let&#39;s switch now to ACSP Soft to configure our module&lt;/div&gt;&lt;div align=&quot;left&quot;&gt;&lt;br&gt;&lt;/div&gt;&lt;div align=&quot;left&quot;&gt;(Odpalamy widok monitora i następuje konfiguracja)&lt;/div&gt;&lt;div align=&quot;left&quot;&gt;1. In the RS-485 devices page, enable ACSP-ETH module. If you want adress and DNS to be automatically given by your router, select these options. If you have dedicated IP address, specify it below.&lt;/div&gt;&lt;div align=&quot;left&quot;&gt;2. To use Virtual APSP later on, enable it and set password for standard user and service team. Default port is 80 and then we don&#39;t need to type it during logging in. If you want to redirect connection outside your network, it is recommended to change it to 5 digit number or use VPN&lt;/div&gt;&lt;div align=&quot;left&quot;&gt;3. If we want to use NTP time synchronization, enable it and type server address. This is usually recommended to use&lt;/div&gt;&lt;div align=&quot;left&quot;&gt;4. If we want to set E-mail messaging, enable it and start configuration. Type SMTP parameters and authentication if required. Now, we can select up to 4 e-mail recipients, selecting what types of events are being sent.&lt;/div&gt;&lt;div align=&quot;left&quot;&gt;Period selection means for how long the control panel will collect and send grouped events raport. This does not refer to Fire Alarm - they are being sent instantly.&lt;/div&gt;&lt;div align=&quot;left&quot;&gt;Diagnostic e-mail is set separately, with the same logic.&lt;/div&gt;&lt;div align=&quot;left&quot;&gt;&lt;br&gt;&lt;/div&gt;&lt;div align=&quot;left&quot;&gt;After succesful confirugation, we click Upload and then Write to non-volatile memory&lt;/div&gt;&lt;div&gt;&lt;br&gt;&lt;/div&gt;" vertex="1">
-           <mxGeometry height="650" width="330" x="2280" y="790" as="geometry" />
-         </mxCell>
-         <mxCell id="0qluF64Sdjj_I7BYTujH-1" parent="1" style="rounded=1;whiteSpace=wrap;html=1;align=left;fillColor=#b1ddf0;strokeColor=#10739e;" value="" vertex="1">
-           <mxGeometry height="430" width="330" x="2740" y="790" as="geometry" />
+           <mxGeometry height="650" width="330" x="2280" y="910" as="geometry" />
+         </mxCell>
+         <mxCell id="0qluF64Sdjj_I7BYTujH-1" parent="1" style="rounded=1;whiteSpace=wrap;html=1;align=left;fillColor=#b1ddf0;strokeColor=#10739e;" value="&lt;br&gt;&lt;div align=&quot;left&quot;&gt;&lt;div&gt;&lt;span style=&quot;background-color: transparent; color: light-dark(rgb(0, 0, 0), rgb(255, 255, 255));&quot;&gt;&lt;br&gt;&lt;/span&gt;&lt;/div&gt;&lt;/div&gt;&lt;div align=&quot;left&quot;&gt;Widok na gniazdo i przewody, czujka i WZ leżą obok, już bez widocznego &lt;br&gt;lektora, można strzałkami pokazywać lub śrubokrętem lokalizację złączy&lt;/div&gt;&lt;div align=&quot;left&quot;&gt;&lt;br&gt;&lt;/div&gt;&lt;div align=&quot;left&quot;&gt;Podstawę przymocowujemy do sufitu i przygotowujemy przewody. Przewody mogą być wprowadzone przez dno lub boki podstawy&amp;nbsp;(obrazki 1 i 2 z instrukcji) &lt;br&gt;Możliwy jest&amp;nbsp;także montaż przy użyciu podstawy przemysłowej PDB-100 (rysunek 3)&lt;/div&gt;&lt;div align=&quot;left&quot;&gt;&lt;br&gt;&lt;/div&gt;&lt;div align=&quot;left&quot;&gt;Następnie do gniazda podłączamy przewody początku i końca pętli (obrazek 5)&amp;nbsp;&amp;nbsp;&lt;/div&gt;&lt;div align=&quot;left&quot;&gt;Komentarz:&lt;/div&gt;&lt;div align=&quot;left&quot;&gt;Zwróć uwagę na długości żył kabla i żyły ochronnej, Przewody nie powinny być zbyt długie, aby uniknąć przypadkowych przywarć do styków&amp;nbsp;&lt;/div&gt;&lt;div align=&quot;left&quot;&gt;&lt;br&gt;&lt;/div&gt;&lt;div align=&quot;left&quot;&gt;Jeśli do czujki ma być podłączony wskaźnik zadziałania WZ-110, podłączamy go zgodnie z instrukcja (rysunke 6)&lt;/div&gt;&lt;div&gt;&lt;br&gt;&lt;/div&gt;" vertex="1">
+           <mxGeometry height="430" width="330" x="2740" y="910" as="geometry" />
        </mxCell>
        <mxCell id="0qluF64Sdjj_I7BYTujH-2" parent="1" style="rounded=1;whiteSpace=wrap;html=1;fillColor=#b1ddf0;strokeColor=#10739e;" value="Jak podłączyć gniazdo DB-400, czujkę dymu i ciepła DMP-400 i wskaźnik WZ-110 z centralą ACSP-402 ?" vertex="1">
          <mxGeometry height="60" width="330" x="2740" y="40" as="geometry" />
        </mxCell>
        <mxCell id="0qluF64Sdjj_I7BYTujH-3" parent="1" style="rounded=1;whiteSpace=wrap;html=1;fillColor=#b1ddf0;strokeColor=#10739e;" value="&lt;div&gt;Widok na centralę z elementami na tablicy, stojący lektor wita się i mówi:&lt;/div&gt;&lt;div&gt;Witaj na kanale Satel&lt;/div&gt;&lt;div&gt;&lt;br&gt;&lt;/div&gt;&lt;div&gt;W dzisiejszym filmie, przedstawimy Wam rodzinę adresowalnych czujek dymu i ciepła, pokażemy także jak zamontować gniazdo, czujkę i wskaźnik zadziałania&amp;nbsp;&lt;/div&gt;" vertex="1">
          <mxGeometry height="200" width="330" x="2740" y="120" as="geometry" />
        </mxCell>
-         <mxCell id="0qluF64Sdjj_I7BYTujH-4" parent="1" style="rounded=1;whiteSpace=wrap;html=1;align=left;fillColor=#b1ddf0;strokeColor=#10739e;" value="&lt;div align=&quot;left&quot;&gt;&lt;br&gt;&lt;/div&gt;&lt;div align=&quot;left&quot;&gt;DODAC SEKCJE Z RODZAJEM URZADZEN I KROTKIM OPISEM&lt;/div&gt;&lt;div align=&quot;left&quot;&gt;&lt;br&gt;&lt;/div&gt;&lt;div align=&quot;left&quot;&gt;&lt;br&gt;&lt;/div&gt;&lt;div align=&quot;left&quot;&gt;Widok na gniazdo i przewody, czujka i WZ leżą obok, już bez widocznego lektora, można strzałkami pokazywać lub śrubokrętem lokalizację złączy&lt;/div&gt;&lt;div align=&quot;left&quot;&gt;&lt;br&gt;&lt;/div&gt;&lt;div align=&quot;left&quot;&gt;Podstawę przymocowujemy do sufitu i przygotowujemy przewody. Przewody mogą być wprowadzone przez dno lub boki podstawy&amp;nbsp;(obrazki 1 i 2 z instrukcji) Możliwy jest&amp;nbsp;także montaż przy użyciu podstawy przemysłowej PDB-100 (rysunek 3)&lt;/div&gt;&lt;div align=&quot;left&quot;&gt;&lt;br&gt;&lt;/div&gt;&lt;div align=&quot;left&quot;&gt;Następnie do gniazda podłączamy przewody początku i końca pętli (obrazek 5)&amp;nbsp;&amp;nbsp;&lt;/div&gt;&lt;div align=&quot;left&quot;&gt;Komentarz:&lt;/div&gt;&lt;div align=&quot;left&quot;&gt;Zwróć uwagę na długości żył kabla i żyły ochronnej, Przewody nie powinny być zbyt długie, aby uniknąć przypadkowych przywarć do styków&amp;nbsp;&lt;/div&gt;&lt;div align=&quot;left&quot;&gt;&lt;br&gt;&lt;/div&gt;&lt;div align=&quot;left&quot;&gt;Jeśli do czujki ma być podłączony wskaźnik zadziałania WZ-110, podłączamy go zgodnie z instrukcja (rysunke 6)&lt;/div&gt;&lt;div align=&quot;left&quot;&gt;&lt;br&gt;&lt;/div&gt;" vertex="1">
-           <mxGeometry height="410" width="330" x="2740" y="350" as="geometry" />
+         <mxCell id="0qluF64Sdjj_I7BYTujH-4" parent="1" style="rounded=1;whiteSpace=wrap;html=1;align=left;fillColor=#b1ddf0;strokeColor=#10739e;" value="&lt;br&gt;&lt;div align=&quot;left&quot;&gt;&lt;span style=&quot;background-color: transparent; color: light-dark(rgb(0, 0, 0), rgb(255, 255, 255));&quot;&gt;Widok na czujkę DMP-400,&amp;nbsp;&lt;/span&gt;&lt;span style=&quot;background-color: transparent; color: light-dark(rgb(0, 0, 0), rgb(255, 255, 255));&quot;&gt;już bez widocznego lektora.&lt;/span&gt;&lt;/div&gt;&lt;div align=&quot;left&quot;&gt;&lt;span style=&quot;background-color: transparent; color: light-dark(rgb(0, 0, 0), rgb(255, 255, 255));&quot;&gt;Tekst lektora:&lt;/span&gt;&lt;/div&gt;&lt;div align=&quot;left&quot;&gt;&lt;span style=&quot;background-color: transparent; color: light-dark(rgb(0, 0, 0), rgb(255, 255, 255));&quot;&gt;Punktowa&lt;br&gt; wieledetektorowa czujka dymu i ciepła DMP-400 wykrywa pożary płomieniowe i bezpłomieniowe od TF1 do TF6 i TF8. Alarmy pożarowe generowane są z niezależnych detektorów dymu i ciepła oraz ze współpracy detektora ciepła i detektora dymu, w chwili pojawienia się temperatury, która nie pozwala na osiągniecie parametrów pozwalających na wygenerowanie pożaru, czułość detekcji dymu wzrasta.&amp;nbsp;&amp;nbsp;&lt;/span&gt;&lt;/div&gt;&lt;div align=&quot;left&quot;&gt;&lt;span style=&quot;background-color: transparent; color: light-dark(rgb(0, 0, 0), rgb(255, 255, 255));&quot;&gt;&lt;br&gt;&lt;/span&gt;&lt;/div&gt;&lt;div align=&quot;left&quot;&gt;&lt;div align=&quot;left&quot;&gt;&lt;span style=&quot;background-color: transparent; color: light-dark(rgb(0, 0, 0), rgb(255, 255, 255));&quot;&gt;Widok na czujkę DRP-400, &lt;/span&gt;&lt;span style=&quot;background-color: transparent; color: light-dark(rgb(0, 0, 0), rgb(255, 255, 255));&quot;&gt;już bez widocznego lektora.&lt;/span&gt;&lt;/div&gt;&lt;div align=&quot;left&quot;&gt;&lt;span style=&quot;background-color: transparent; color: light-dark(rgb(0, 0, 0), rgb(255, 255, 255));&quot;&gt;Tekst lektora:&lt;/span&gt;&lt;/div&gt;&lt;div align=&quot;left&quot;&gt;&lt;span style=&quot;background-color: transparent; color: light-dark(rgb(0, 0, 0), rgb(255, 255, 255));&quot;&gt;Rozproszeniowa&lt;br&gt; punktowa czujka dymu DRP-400 wykrywa pożary płomieniowe i bezpłomieniowe od TF2 do TF5 i TF8.&amp;nbsp;Podobnie jak czujka DMP-400 została&amp;nbsp;&lt;/span&gt;&lt;span style=&quot;background-color: transparent; color: light-dark(rgb(0, 0, 0), rgb(255, 255, 255));&quot;&gt;wyposażona&lt;br&gt; w funkcje kompensacji dryftu zabrudzenia, czyli mechanizm automatycznej korekty progu zadziałania wraz z postępującym zabrudzeniem komory &lt;br&gt;optycznej czujki dymu. Algorytm wykrywa systematyczne, powolne zabrudzanie komory optycznej czujki i dostosowuje próg zadziałania czujki w celu zachowania odpowiedniej czułości czujki.&amp;nbsp;&lt;/span&gt;&lt;/div&gt;&lt;/div&gt;&lt;div align=&quot;left&quot;&gt;&lt;br&gt;&lt;/div&gt;&lt;div align=&quot;left&quot;&gt;&lt;div align=&quot;left&quot;&gt;&lt;span style=&quot;background-color: transparent; color: light-dark(rgb(0, 0, 0), rgb(255, 255, 255));&quot;&gt;Widok na czujkę DCP-400, &lt;/span&gt;&lt;span style=&quot;background-color: transparent; color: light-dark(rgb(0, 0, 0), rgb(255, 255, 255));&quot;&gt;już bez widocznego lektora.&lt;/span&gt;&lt;/div&gt;&lt;div align=&quot;left&quot;&gt;&lt;span style=&quot;background-color: transparent; color: light-dark(rgb(0, 0, 0), rgb(255, 255, 255));&quot;&gt;Tekst lektora:&lt;/span&gt;&lt;/div&gt;&lt;div&gt;&lt;span style=&quot;background-color: transparent; color: light-dark(rgb(0, 0, 0), rgb(255, 255, 255));&quot;&gt;Punktowa czujka ciepła DCP-400 klasy&amp;nbsp; A1R&amp;nbsp;&lt;/span&gt;&lt;span style=&quot;background-color: transparent; color: light-dark(rgb(0, 0, 0), rgb(255, 255, 255));&quot;&gt;przeznaczona&amp;nbsp;&lt;br&gt; jest do wykrywania pożarów płomieniowych w których temperatura przy czujce jest w granicach od 55 do 65 C lub występuje duża prędkość narastania temperatur.&lt;/span&gt;&lt;/div&gt;&lt;/div&gt;&lt;div align=&quot;left&quot;&gt;&lt;br&gt;&lt;/div&gt;" vertex="1">
+           <mxGeometry height="510" width="330" x="2740" y="350" as="geometry" />
        </mxCell>
        <mxCell id="0qluF64Sdjj_I7BYTujH-5" parent="1" style="rounded=1;whiteSpace=wrap;html=1;fillColor=#b1ddf0;strokeColor=#10739e;" value="Tekst Polski" vertex="1">
          <mxGeometry height="60" width="330" x="2740" y="-40" as="geometry" />
        </mxCell>
        <mxCell id="0qluF64Sdjj_I7BYTujH-6" parent="1" style="rounded=1;whiteSpace=wrap;html=1;fillColor=#bac8d3;strokeColor=#23445d;" value="Tekst Angielski" vertex="1">
          <mxGeometry height="60" width="330" x="3110" y="-40" as="geometry" />
        </mxCell>
        <mxCell id="0qluF64Sdjj_I7BYTujH-7" parent="1" style="rounded=1;whiteSpace=wrap;html=1;fillColor=#b0e3e6;strokeColor=#0e8088;" value="Scenariusz 3 - Adresowalne czujki dymu i ciepła" vertex="1">
          <mxGeometry height="60" width="700" x="2740" y="-120" as="geometry" />
        </mxCell>
        <mxCell id="0qluF64Sdjj_I7BYTujH-8" parent="1" style="rounded=1;whiteSpace=wrap;html=1;align=left;fillColor=#b1ddf0;strokeColor=#10739e;" value="&lt;div&gt;Chwilowy widok na gotową centralę, komentarz lektora:&lt;/div&gt;&lt;div&gt;1) W tym momencie czujka i wskaźnik zadziałania zostały poprawnie podłączony do centrali&lt;/div&gt;&lt;div&gt;2)&amp;nbsp;Oczywiście teraz pozostało nam identyfikacja &lt;br/&gt;urządzeń w systemie, ale na to zapraszamy do kolejnego odcinka&lt;/div&gt;&lt;div&gt;3)Jeśli materiał Ci się podobał, zostaw kciuk w górę. Masz uwagi, sugestie lub propozycje odcinka? Zostaw komentarz pod filmem. Dzięki za uwagę i do zobaczenia&lt;/div&gt;" vertex="1">
-           <mxGeometry height="160" width="330" x="2740" y="1480" as="geometry" />
+           <mxGeometry height="160" width="330" x="2740" y="1600" as="geometry" />
        </mxCell>
        <mxCell id="0qluF64Sdjj_I7BYTujH-9" parent="1" style="rounded=1;whiteSpace=wrap;html=1;fillColor=#b0e3e6;strokeColor=#0e8088;" value="Satel Fire jakaś animacja wieńcząca dzieło" vertex="1">
-           <mxGeometry height="60" width="700" x="2740" y="1670" as="geometry" />
+           <mxGeometry height="60" width="700" x="2740" y="1790" as="geometry" />
        </mxCell>
        <mxCell id="0qluF64Sdjj_I7BYTujH-10" parent="1" style="rounded=1;whiteSpace=wrap;html=1;align=left;fillColor=#bac8d3;strokeColor=#23445d;" value="&lt;div&gt;Chwilowy widok na gotową centralę, komentarz lektora:&lt;/div&gt;&lt;div&gt;1) At this moment, our sensor and indicator are correctly connected to the control panel&lt;/div&gt;&lt;div&gt;2)&amp;nbsp; Obviosly now all we have to is add our devices to the panel. But this will be covered in our next video.&lt;/div&gt;&lt;div&gt;3) If you liked this material, leave a thumbs up. Have a suggestion, video proposition ? Leave a comment and subscribe to this channel, not to miss next episode.Stay safe and see you in the next video&lt;/div&gt;" vertex="1">
-           <mxGeometry height="160" width="330" x="3110" y="1480" as="geometry" />
+           <mxGeometry height="160" width="330" x="3110" y="1600" as="geometry" />
        </mxCell>
        <mxCell id="0qluF64Sdjj_I7BYTujH-11" parent="1" style="rounded=1;whiteSpace=wrap;html=1;fillColor=#bac8d3;strokeColor=#23445d;" value="How to install DB-400 dectector base, DMP-400 smoke and heat detector and WZ-110 alarm indicator" vertex="1">
          <mxGeometry height="60" width="330" x="3110" y="40" as="geometry" />
        </mxCell>
        <mxCell id="0qluF64Sdjj_I7BYTujH-12" parent="1" style="rounded=1;whiteSpace=wrap;html=1;fillColor=#bac8d3;strokeColor=#23445d;" value="&lt;div&gt;Widok na centralę z elementami na tablicy, stojący lektor wita się i mówi:&lt;/div&gt;&lt;div&gt;&quot;Welcome to Satel channel&lt;/div&gt;&lt;div&gt;&lt;br&gt;&lt;/div&gt;&lt;div&gt;In today&#39;s video, we will present you family of addressable smoke and heat detectors, we will also show how to install detector base and connect alarm indicator&amp;nbsp;&lt;/div&gt;" vertex="1">
          <mxGeometry height="200" width="330" x="3110" y="120" as="geometry" />
        </mxCell>
-         <mxCell id="0qluF64Sdjj_I7BYTujH-13" parent="1" style="rounded=1;whiteSpace=wrap;html=1;align=left;fillColor=#bac8d3;strokeColor=#23445d;" value="&lt;br&gt;&lt;div align=&quot;left&quot;&gt;&lt;br&gt;&lt;/div&gt;&lt;div align=&quot;left&quot;&gt;&lt;br&gt;&lt;br&gt;&lt;/div&gt;" vertex="1">
+         <mxCell id="0qluF64Sdjj_I7BYTujH-13" parent="1" style="rounded=1;whiteSpace=wrap;html=1;align=left;fillColor=#bac8d3;strokeColor=#23445d;" value="&lt;div&gt;dodac tlumaczenie&lt;/div&gt;&lt;div&gt;&lt;br&gt;&lt;/div&gt;" vertex="1">
          <mxGeometry height="280" width="330" x="3110" y="350" as="geometry" />
        </mxCell>
-         <mxCell id="0qluF64Sdjj_I7BYTujH-14" parent="1" style="rounded=1;whiteSpace=wrap;html=1;align=left;fillColor=#bac8d3;strokeColor=#23445d;" value="" vertex="1">
-           <mxGeometry height="430" width="330" x="3110" y="790" as="geometry" />
+         <mxCell id="0qluF64Sdjj_I7BYTujH-14" parent="1" style="rounded=1;whiteSpace=wrap;html=1;align=left;fillColor=#bac8d3;strokeColor=#23445d;" value="&lt;div&gt;dodac tlumaczenie&lt;/div&gt;&lt;div&gt;&lt;br&gt;&lt;/div&gt;" vertex="1">
+           <mxGeometry height="430" width="330" x="3110" y="910" as="geometry" />
        </mxCell>
        <mxCell id="0qluF64Sdjj_I7BYTujH-15" parent="1" style="rounded=1;whiteSpace=wrap;html=1;align=left;fillColor=#b1ddf0;strokeColor=#10739e;" value="&lt;div&gt;Aby poprawnie zamontować czujkę, w pomieszczeniu które chcesz chronić wybierz miejsce na suficie możliwie jak najbliżej środka. Czujka powinna być instalowana w pomieszczeniach zamkniętych, o normalnej wilgotności powietrza. Nie instaluj czujki na zewnątrz.&lt;/div&gt;&lt;div&gt;&lt;br&gt;&lt;/div&gt;&lt;div&gt;Zalecenia instalacyjne znajdziesz w dołączonej instrukcji&lt;/div&gt;&lt;div&gt;&lt;br&gt;&lt;/div&gt;&lt;div&gt;1. Zdejmij plastikową osłonę przeciwpyłową (nie wyrzucaj jej, może przydać się w trakcie remontu)&lt;/div&gt;&lt;div&gt;2. Zdejmij pokrywę czujki i przymocuj podstawę do sufitu przy użyciu kołków montażowych&amp;nbsp;&lt;/div&gt;&lt;div&gt;3. Zamontuj baterię w czujce i założ pokrywę. Pamietaj - nie zamontujesz czujki bez włożonej baterii cR123A&lt;/div&gt;&lt;div&gt;4. Wciśnij przycisk i sprawdź działanie czujki. Po chwili usłyszysz alarm pożarowy. Wciśnij ponownie przycisk, aby skasować alarm.&lt;/div&gt;&lt;div&gt;Uwaga: Przez 5 minut po skasowaniu alarmu pożarowego, funkcja wykrywania dymu jest zablokowana&lt;/div&gt;&lt;div&gt;&lt;br&gt;&lt;/div&gt;&lt;div&gt;Warto wiedzieć:&lt;/div&gt;&lt;div&gt;Wskaźniki LED i sygnalizator dźwiękowy sygnalizują:&lt;/div&gt;&lt;div&gt;- alarm pożarowy - świecenie i ciągły dzwięk przez 5 minut&lt;/div&gt;&lt;div&gt;- słabą baterię - 3 krótkie błyski/dźwięki co 30 sekund. Czujka powinna w takim trybie wytrzymać do 2 tygodni pracy&lt;/div&gt;&lt;div&gt;- zabrudzenie komory dymu - 2 błyski co 30 sekund, bez dźwięku&lt;/div&gt;&lt;div&gt;&lt;br&gt;&lt;/div&gt;&lt;div&gt;Aby wyczuścić komorę dymu:&lt;/div&gt;&lt;div&gt;1. Zdejmij czujkę z podstawy i wyjmiij baterię&lt;/div&gt;&lt;div&gt;2. Odłącz wtyczkę sygnalizatora, po czym odchyl blokadę i przekręć moduł elektroniki w kierunku przeciwnym od ruchu wskazówek zegara&lt;/div&gt;&lt;div&gt;3. Odchyl zaczep i zdejmij pokrywę komory dymu&lt;/div&gt;&lt;div&gt;4. Wyczyść pędzelkiem lub sprężonym powietrzem oba elementy. Zwróc uwagę na zagłębienia, w których są diody - muszą być czyste&lt;/div&gt;&lt;div&gt;5. Złóż urządzenie, włóż baterię i przetestuj działanie&lt;/div&gt;" vertex="1">
-           <mxGeometry height="650" width="330" x="3570" y="790" as="geometry" />
+           <mxGeometry height="650" width="330" x="3570" y="910" as="geometry" />
        </mxCell>
        <mxCell id="0qluF64Sdjj_I7BYTujH-16" parent="1" style="rounded=1;whiteSpace=wrap;html=1;fillColor=#b1ddf0;strokeColor=#10739e;" value="SDA-250 -autonomiczna czujka dymu. Montaż i obsługa" vertex="1">
          <mxGeometry height="60" width="330" x="3570" y="40" as="geometry" />
        </mxCell>
        <mxCell id="0qluF64Sdjj_I7BYTujH-17" parent="1" style="rounded=1;whiteSpace=wrap;html=1;fillColor=#b1ddf0;strokeColor=#10739e;" value="&lt;div&gt;Widok na czujkę zamontowaną na a&#39;la suficie, robimy prawdziwy dym i czujka zaczyna sygnalizować alarm, po czym następuje powolne cięcie i dalsza treść&lt;/div&gt;&lt;div&gt;&lt;br&gt;&lt;/div&gt;&lt;div&gt;Witaj na kanale Satel&lt;/div&gt;&lt;div&gt;Całe szczęście w naszym studio była obecna czujka, która ostrzegła nas przed zagrożeniem pożarowym.&lt;/div&gt;&lt;div&gt;W dzisiejszym filmie, przedstawimy Wam jak poprawnie zamontować i obsługiwać autonomiczną czuję dymu w Twoim mieszkaniu.&lt;/div&gt;" vertex="1">
          <mxGeometry height="200" width="330" x="3570" y="120" as="geometry" />
        </mxCell>
        <mxCell id="0qluF64Sdjj_I7BYTujH-18" parent="1" style="rounded=1;whiteSpace=wrap;html=1;align=left;fillColor=#b1ddf0;strokeColor=#10739e;" value="Z myślą o bezpieczeństwie Satel stworzył niezawodną i łatwą w użyciu, autonomiczną czujke dymu SDA-250. Urządzenie spełnia restrykcyjne wymogi normy EN 14604 i tym samym zapewnia precyzyjny pomiar i natychmiastową reakcję na zagrożenie. Na jednej baterii może pracować nawet 10 lat, co daje Ci spokój na długie lata." vertex="1">
          <mxGeometry height="280" width="330" x="3570" y="350" as="geometry" />
        </mxCell>
        <mxCell id="0qluF64Sdjj_I7BYTujH-19" parent="1" style="rounded=1;whiteSpace=wrap;html=1;fillColor=#b1ddf0;strokeColor=#10739e;" value="Tekst Polski" vertex="1">
          <mxGeometry height="60" width="330" x="3570" y="-40" as="geometry" />
        </mxCell>
        <mxCell id="0qluF64Sdjj_I7BYTujH-20" parent="1" style="rounded=1;whiteSpace=wrap;html=1;fillColor=#bac8d3;strokeColor=#23445d;" value="Tekst Angielski" vertex="1">
          <mxGeometry height="60" width="330" x="3940" y="-40" as="geometry" />
        </mxCell>
        <mxCell id="0qluF64Sdjj_I7BYTujH-21" parent="1" style="rounded=1;whiteSpace=wrap;html=1;fillColor=#b0e3e6;strokeColor=#0e8088;" value="Scenariusz 4 - SDA-250" vertex="1">
          <mxGeometry height="60" width="700" x="3570" y="-120" as="geometry" />
        </mxCell>
        <mxCell id="0qluF64Sdjj_I7BYTujH-22" parent="1" style="rounded=1;whiteSpace=wrap;html=1;align=left;fillColor=#b1ddf0;strokeColor=#10739e;" value="&lt;div&gt;Widok na czujkę na suficie, komentarz lektora:&lt;/div&gt;&lt;div&gt;1) Czujka jest znowu gotowa do pracy&amp;nbsp;&lt;/div&gt;&lt;div&gt;2) Dzięki temu prostemu urządzeniu, wielokrotnie wzrasta szansa na wykrycie pożaru w jego wczesnej fazie.&amp;nbsp;&lt;/div&gt;&lt;div&gt;3)Jeśli materiał Ci się podobał, zostaw kciuk w górę. Masz uwagi, sugestie lub propozycje odcinka? Zostaw komentarz pod filmem. Dzięki za uwagę i do zobaczenia&lt;/div&gt;" vertex="1">
-           <mxGeometry height="160" width="330" x="3570" y="1480" as="geometry" />
+           <mxGeometry height="160" width="330" x="3570" y="1600" as="geometry" />
        </mxCell>
        <mxCell id="0qluF64Sdjj_I7BYTujH-23" parent="1" style="rounded=1;whiteSpace=wrap;html=1;fillColor=#b0e3e6;strokeColor=#0e8088;" value="Satel Fire jakaś animacja wieńcząca dzieło" vertex="1">
-           <mxGeometry height="60" width="700" x="3570" y="1670" as="geometry" />
+           <mxGeometry height="60" width="700" x="3570" y="1790" as="geometry" />
        </mxCell>
        <mxCell id="0qluF64Sdjj_I7BYTujH-24" parent="1" style="rounded=1;whiteSpace=wrap;html=1;align=left;fillColor=#bac8d3;strokeColor=#23445d;" value="&lt;div&gt;Chwilowy widok na gotową centralę, komentarz lektora:&lt;/div&gt;&lt;div&gt;1) At this moment, our detector is ready again&lt;/div&gt;&lt;div&gt;2)&amp;nbsp; Thanks to this simple device, chance of avoiding fatal damage increases expodentially&lt;/div&gt;&lt;div&gt;3) If you liked this material, leave a thumbs up. Have a suggestion, video proposition ? Leave a comment and subscribe to this channel, not to miss next episode.Stay safe and see you in the next video&lt;/div&gt;" vertex="1">
-           <mxGeometry height="160" width="330" x="3940" y="1480" as="geometry" />
+           <mxGeometry height="160" width="330" x="3940" y="1600" as="geometry" />
        </mxCell>
        <mxCell id="0qluF64Sdjj_I7BYTujH-25" parent="1" style="rounded=1;whiteSpace=wrap;html=1;fillColor=#bac8d3;strokeColor=#23445d;" value="SDA-250 - standalone smoke detector. Installation and maintance" vertex="1">
          <mxGeometry height="60" width="330" x="3940" y="40" as="geometry" />
        </mxCell>
        <mxCell id="0qluF64Sdjj_I7BYTujH-26" parent="1" style="rounded=1;whiteSpace=wrap;html=1;fillColor=#bac8d3;strokeColor=#23445d;" value="&lt;div&gt;Widok na czujkę zamontowaną na a&#39;la suficie, robimy prawdziwy dym i&lt;br&gt; czujka zaczyna sygnalizować alarm, po czym następuje powolne cięcie i &lt;br&gt;dalsza treść&lt;/div&gt;&lt;div&gt;&lt;br&gt;&lt;/div&gt;&lt;div&gt;Welcome to Satel channel&lt;/div&gt;&lt;div&gt;Fortuantelly, we had a detector in our studio, which had warned us about fire danger.&lt;/div&gt;&lt;div&gt;In today&#39;s video, we will show you how to properly install and use standalone smoke detector in your home&amp;nbsp;&lt;/div&gt;" vertex="1">
          <mxGeometry height="200" width="330" x="3940" y="120" as="geometry" />
        </mxCell>
        <mxCell id="0qluF64Sdjj_I7BYTujH-27" parent="1" style="rounded=1;whiteSpace=wrap;html=1;align=left;fillColor=#bac8d3;strokeColor=#23445d;" value="Having your safety in mind, Satel have designed reliable and easy to use, standalone smoke detector SA-250. The device meets strict EN 14604 norm requirements and therefore gives its user precise detection and immediate reaction to fire danger. It works up to 10 yeard on a single battery, which let&#39;s you stay safe for an extended period of time" vertex="1">
          <mxGeometry height="280" width="330" x="3940" y="350" as="geometry" />
        </mxCell>
        <mxCell id="0qluF64Sdjj_I7BYTujH-28" parent="1" style="rounded=1;whiteSpace=wrap;html=1;align=left;fillColor=#bac8d3;strokeColor=#23445d;" value="&lt;div&gt;To properly install detector, chose celing location as close as possible to the center of the room. The detector should be installed indoors, in spaces wirh normal air humidity. Do not install the detector outdoors.&lt;/div&gt;&lt;div&gt;&lt;br&gt;&lt;/div&gt;&lt;div&gt;All installation tips can be found in manual attached&lt;/div&gt;&lt;div&gt;&lt;br&gt;&lt;/div&gt;&lt;div&gt;1. Remove the plastic dust cover (do not throw it away, may be useful during renovation and dusty works)&lt;/div&gt;&lt;div&gt;2. Remove detector from base and mount the base to the ceiling using anchors or screws&lt;/div&gt;&lt;div&gt;3. Install the CR123A battery and twist detector to install it. Important: The detector can&#39;t be installed without battery&lt;/div&gt;&lt;div&gt;4. Press the test/reset button and check if the device is working. A fire alarm should be generated. Press again to clear the alarm&lt;/div&gt;&lt;div&gt;Important: The smoke detection function will be blocked for 5 minutes after the alarm is cleared.&lt;/div&gt;&lt;div&gt;&lt;br&gt;&lt;/div&gt;&lt;div&gt;Good to know:&lt;/div&gt;&lt;div&gt;LED indicator and sounder indicates:&lt;/div&gt;&lt;div&gt;- fire alarm - continous beep and LED on for 5 minutes&lt;/div&gt;&lt;div&gt;- low battery - 3 short flashes and 3 short beeps every 30 seconds&lt;/div&gt;&lt;div&gt;- dirty smoke chamber - 2 short flashes every 30 seconds, no beep&lt;/div&gt;&lt;div&gt;&lt;br&gt;&lt;/div&gt;&lt;div&gt;To clear dirty smoke chamber:&lt;/div&gt;&lt;div&gt;1. Remove cover from the base and remove the battery&lt;/div&gt;&lt;div&gt;2. Disconnect the sounder plug, then pull the release lever and turn whole electronics module counter-clockwise&lt;/div&gt;&lt;div&gt;3. Release the mounting catch and remove the smoke chamber cover&lt;/div&gt;&lt;div&gt;4. Using a soft brush or compressed air, clean the labyrinth in the cover, as well as the base of the smoke chamber. Pay attention to the recesses where LEDs are installed.&lt;br&gt;8. Put the device together, put the battery in and use test/reset button&lt;/div&gt;" vertex="1">
-           <mxGeometry height="650" width="330" x="3940" y="790" as="geometry" />
+           <mxGeometry height="650" width="330" x="3940" y="910" as="geometry" />
+         </mxCell>
+         <mxCell id="0qluF64Sdjj_I7BYTujH-29" parent="1" style="rounded=1;whiteSpace=wrap;html=1;align=left;fillColor=#b1ddf0;strokeColor=#10739e;" value="" vertex="1">
+           <mxGeometry height="650" width="330" x="4410" y="910" as="geometry" />
+         </mxCell>
+         <mxCell id="0qluF64Sdjj_I7BYTujH-30" parent="1" style="rounded=1;whiteSpace=wrap;html=1;fillColor=#b1ddf0;strokeColor=#10739e;" value="" vertex="1">
+           <mxGeometry height="60" width="330" x="4410" y="40" as="geometry" />
+         </mxCell>
+         <mxCell id="0qluF64Sdjj_I7BYTujH-31" parent="1" style="rounded=1;whiteSpace=wrap;html=1;fillColor=#b1ddf0;strokeColor=#10739e;" value="" vertex="1">
+           <mxGeometry height="200" width="330" x="4410" y="120" as="geometry" />
+         </mxCell>
+         <mxCell id="0qluF64Sdjj_I7BYTujH-32" parent="1" style="rounded=1;whiteSpace=wrap;html=1;align=left;fillColor=#b1ddf0;strokeColor=#10739e;" value="" vertex="1">
+           <mxGeometry height="280" width="330" x="4410" y="350" as="geometry" />
+         </mxCell>
+         <mxCell id="0qluF64Sdjj_I7BYTujH-33" parent="1" style="rounded=1;whiteSpace=wrap;html=1;fillColor=#b1ddf0;strokeColor=#10739e;" value="Tekst Polski" vertex="1">
+           <mxGeometry height="60" width="330" x="4410" y="-40" as="geometry" />
+         </mxCell>
+         <mxCell id="0qluF64Sdjj_I7BYTujH-34" parent="1" style="rounded=1;whiteSpace=wrap;html=1;fillColor=#bac8d3;strokeColor=#23445d;" value="Tekst Angielski" vertex="1">
+           <mxGeometry height="60" width="330" x="4780" y="-40" as="geometry" />
+         </mxCell>
+         <mxCell id="0qluF64Sdjj_I7BYTujH-35" parent="1" style="rounded=1;whiteSpace=wrap;html=1;fillColor=#b0e3e6;strokeColor=#0e8088;" value="Scenariusz 5 - GSM-X i ACSP-402" vertex="1">
+           <mxGeometry height="60" width="700" x="4410" y="-120" as="geometry" />
+         </mxCell>
+         <mxCell id="0qluF64Sdjj_I7BYTujH-36" parent="1" style="rounded=1;whiteSpace=wrap;html=1;align=left;fillColor=#b1ddf0;strokeColor=#10739e;" value="&lt;div&gt;Widok na centralę i moduł na ścianie, komentarz lektora:&lt;/div&gt;&lt;div&gt;1) Nasz moduł został poprawnie podłączony i skonfigurowany&lt;/div&gt;&lt;div&gt;2) Mamy teraz możliwość uzyskania natychmiastowej informacji o alarmach i uszkodzeniach na zabezpieczonym obiekcie&amp;nbsp;&lt;/div&gt;&lt;div&gt;3)Jeśli materiał Ci się podobał, zostaw kciuk w górę. Masz uwagi, sugestie lub propozycje odcinka? Zostaw komentarz pod filmem. Dzięki za uwagę i do zobaczenia&lt;/div&gt;" vertex="1">
+           <mxGeometry height="160" width="330" x="4410" y="1600" as="geometry" />
+         </mxCell>
+         <mxCell id="0qluF64Sdjj_I7BYTujH-37" parent="1" style="rounded=1;whiteSpace=wrap;html=1;fillColor=#b0e3e6;strokeColor=#0e8088;" value="Satel Fire jakaś animacja wieńcząca dzieło" vertex="1">
+           <mxGeometry height="60" width="700" x="4410" y="1790" as="geometry" />
+         </mxCell>
+         <mxCell id="0qluF64Sdjj_I7BYTujH-38" parent="1" style="rounded=1;whiteSpace=wrap;html=1;align=left;fillColor=#bac8d3;strokeColor=#23445d;" value="&lt;div&gt;Widok na centralę i moduł na ścianie, komentarz lektora:&lt;/div&gt;&lt;div&gt;1) Our module is now properly connected and configured&lt;/div&gt;&lt;div&gt;2) From now on, we are able to immediately recieve information about alarms and fault on supervised property&lt;/div&gt;&lt;div&gt;3) If you liked this material, leave a thumbs up. Have a suggestion, video proposition ? Leave a comment and subscribe to this channel, not to miss next episode.Stay safe and see you in the next video&lt;/div&gt;" vertex="1">
+           <mxGeometry height="160" width="330" x="4780" y="1600" as="geometry" />
+         </mxCell>
+         <mxCell id="0qluF64Sdjj_I7BYTujH-39" parent="1" style="rounded=1;whiteSpace=wrap;html=1;fillColor=#bac8d3;strokeColor=#23445d;" value="" vertex="1">
+           <mxGeometry height="60" width="330" x="4780" y="40" as="geometry" />
+         </mxCell>
+         <mxCell id="0qluF64Sdjj_I7BYTujH-40" parent="1" style="rounded=1;whiteSpace=wrap;html=1;fillColor=#bac8d3;strokeColor=#23445d;" value="" vertex="1">
+           <mxGeometry height="200" width="330" x="4780" y="120" as="geometry" />
+         </mxCell>
+         <mxCell id="0qluF64Sdjj_I7BYTujH-41" parent="1" style="rounded=1;whiteSpace=wrap;html=1;align=left;fillColor=#bac8d3;strokeColor=#23445d;" value="" vertex="1">
+           <mxGeometry height="280" width="330" x="4780" y="350" as="geometry" />
+         </mxCell>
+         <mxCell id="0qluF64Sdjj_I7BYTujH-42" parent="1" style="rounded=1;whiteSpace=wrap;html=1;align=left;fillColor=#bac8d3;strokeColor=#23445d;" value="" vertex="1">
+           <mxGeometry height="650" width="330" x="4780" y="910" as="geometry" />
        </mxCell>
      </root>
    </mxGraphModel>
  </diagram>
</mxfile>
